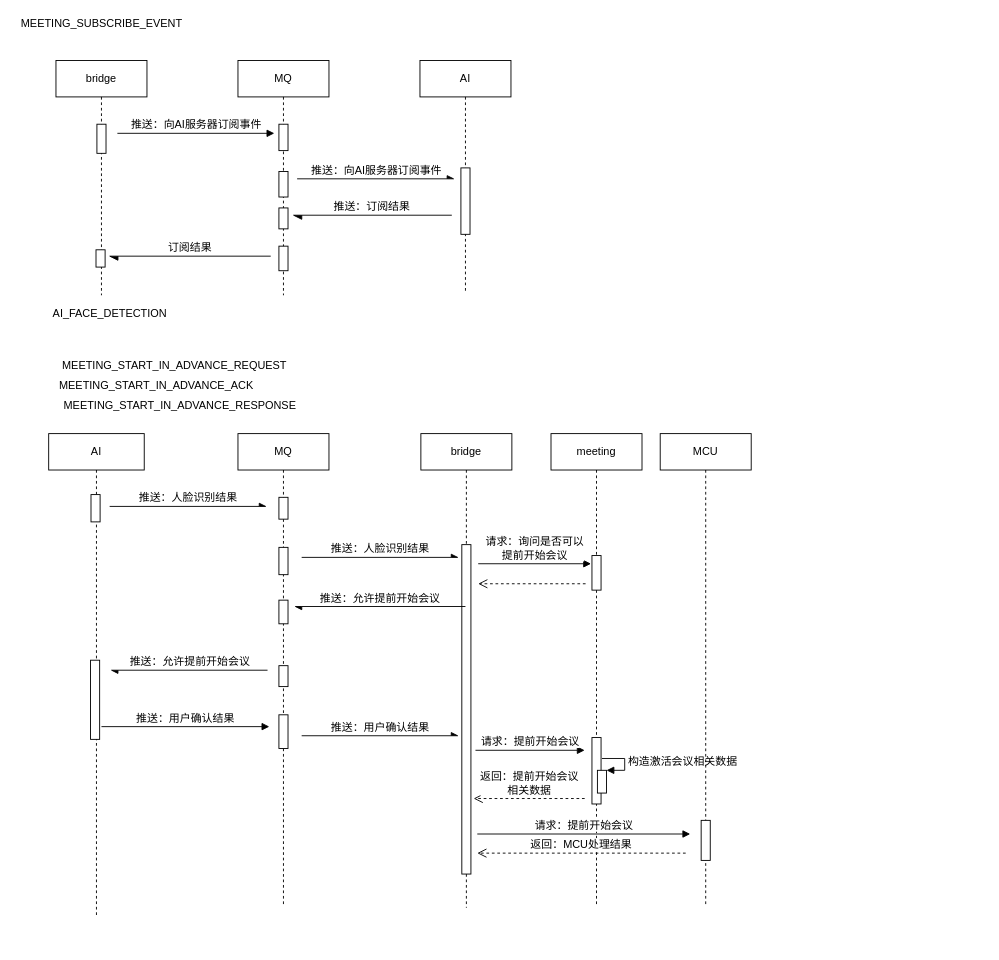
Before: page "提前开始会议" (1 of 3) of AI-meeting/AI-meeting.drawio in waterwatermelon/graph, a draw.io diagram. Source tidied: cells renumbered, new cells numbered last; positions are measured from the earlier drawing's top-left corner, leaving out a move shared by most shapes. Both pictures are drawn from the tidied source at 91%, with x=0, y=0 at pixel (15, 15).
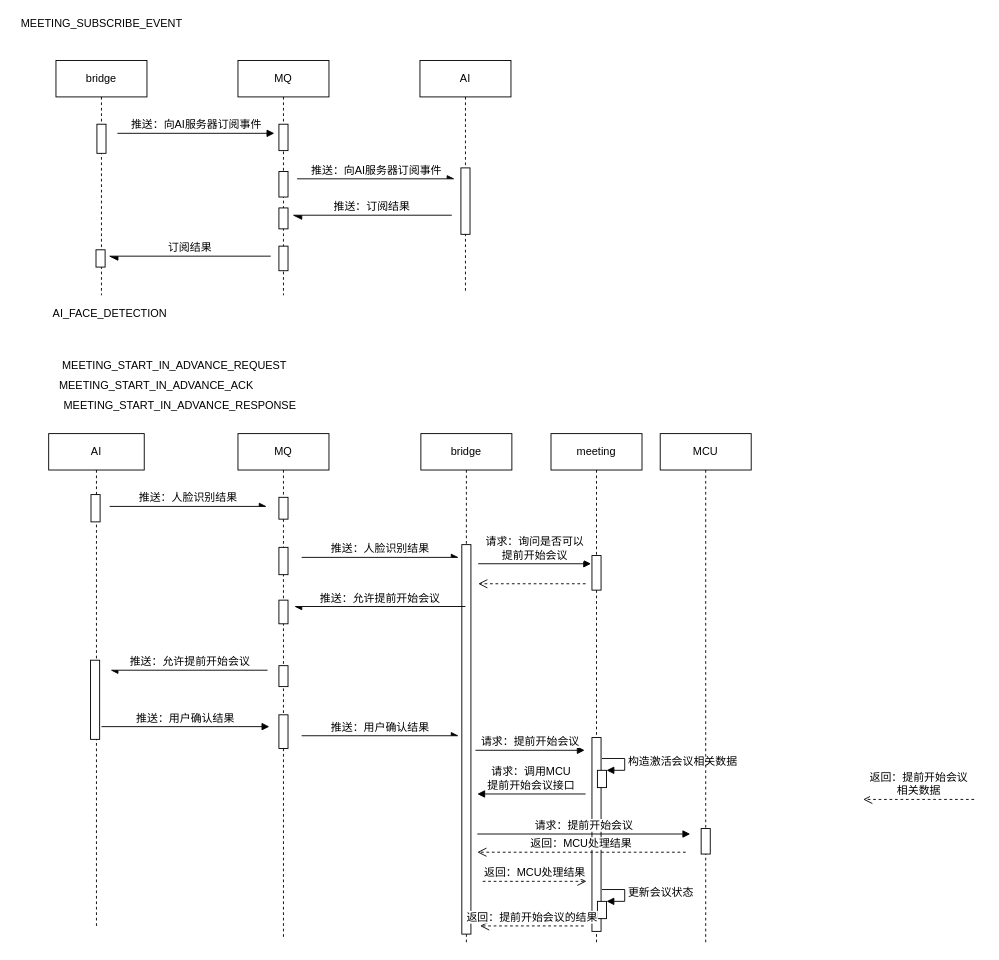
Above is the later version.

Diff of the diagram source:
```diff
@@
     <mxCell id="16" value="AI" style="shape=umlLifeline;perimeter=lifelinePerimeter;whiteSpace=wrap;html=1;fontSize=12;" parent="1" vertex="1">
-      <mxGeometry x="36" y="459" width="105" height="529" as="geometry" />
+      <mxGeometry x="36" y="459" width="105" height="543" as="geometry" />
     </mxCell>
@@
     <mxCell id="19" value="bridge" style="shape=umlLifeline;perimeter=lifelinePerimeter;whiteSpace=wrap;html=1;fontSize=12;" parent="1" vertex="1">
-      <mxGeometry x="445" y="459" width="100" height="521" as="geometry" />
+      <mxGeometry x="445" y="459" width="100" height="559" as="geometry" />
     </mxCell>
     <mxCell id="20" style="html=1;perimeter=orthogonalPerimeter;fontSize=12;" parent="19" vertex="1">
-      <mxGeometry x="45" y="122" width="10" height="362" as="geometry" />
+      <mxGeometry x="45" y="122" width="10" height="428" as="geometry" />
     </mxCell>
     <mxCell id="21" value="MQ" style="shape=umlLifeline;perimeter=lifelinePerimeter;whiteSpace=wrap;html=1;fontSize=12;" parent="1" vertex="1">
-      <mxGeometry x="244" y="459" width="100" height="518" as="geometry" />
+      <mxGeometry x="244" y="459" width="100" height="556" as="geometry" />
     </mxCell>
@@
     <mxCell id="27" value="meeting" style="shape=umlLifeline;perimeter=lifelinePerimeter;whiteSpace=wrap;html=1;fontSize=12;" parent="1" vertex="1">
-      <mxGeometry x="588" y="459" width="100" height="519" as="geometry" />
+      <mxGeometry x="588" y="459" width="100" height="560" as="geometry" />
     </mxCell>
@@
     <mxCell id="29" style="html=1;perimeter=orthogonalPerimeter;fontSize=12;" parent="27" vertex="1">
-      <mxGeometry x="45" y="334" width="10" height="73" as="geometry" />
+      <mxGeometry x="45" y="334" width="10" height="213" as="geometry" />
     </mxCell>
     <mxCell id="30" style="html=1;points=[];perimeter=orthogonalPerimeter;" parent="27" vertex="1">
-      <mxGeometry x="51" y="370" width="10" height="25" as="geometry" />
+      <mxGeometry x="51" y="370" width="10" height="19" as="geometry" />
     </mxCell>
@@
+    <mxCell id="51" style="html=1;points=[];perimeter=orthogonalPerimeter;" parent="27" vertex="1">
+      <mxGeometry x="51" y="514" width="10" height="19" as="geometry" />
+    </mxCell>
+    <mxCell id="52" value="更新会议状态" style="edgeStyle=orthogonalEdgeStyle;html=1;align=left;spacingLeft=2;endArrow=block;rounded=0;entryX=1;entryY=0;fontSize=12;" parent="27" edge="1" target="51">
+      <mxGeometry relative="1" as="geometry">
+        <mxPoint x="56" y="501" as="sourcePoint" />
+        <Array as="points">
+          <mxPoint x="81" y="501" />
+          <mxPoint x="81" y="514" />
+        </Array>
+      </mxGeometry>
+    </mxCell>
@@
     <mxCell id="39" value="MCU" style="shape=umlLifeline;perimeter=lifelinePerimeter;whiteSpace=wrap;html=1;fontSize=12;" parent="1" vertex="1">
-      <mxGeometry x="708" y="459" width="100" height="517" as="geometry" />
+      <mxGeometry x="708" y="459" width="100" height="561" as="geometry" />
     </mxCell>
     <mxCell id="40" style="html=1;perimeter=orthogonalPerimeter;fontSize=12;" parent="39" vertex="1">
-      <mxGeometry x="45" y="425" width="10" height="44" as="geometry" />
+      <mxGeometry x="45" y="434" width="10" height="28" as="geometry" />
     </mxCell>
     <mxCell id="41" value="返回：提前开始会议&lt;br&gt;相关数据" style="html=1;verticalAlign=bottom;endArrow=open;dashed=1;endSize=8;fontSize=12;" parent="1" edge="1">
       <mxGeometry relative="1" as="geometry">
-        <mxPoint x="625" y="860" as="sourcePoint" />
-        <mxPoint x="503" y="860" as="targetPoint" />
+        <mxPoint x="1053" y="861" as="sourcePoint" />
+        <mxPoint x="931" y="861" as="targetPoint" />
       </mxGeometry>
     </mxCell>
@@
     <mxCell id="50" value="返回：MCU处理结果" style="html=1;verticalAlign=bottom;endArrow=open;dashed=1;endSize=8;fontSize=12;" parent="1" edge="1">
       <mxGeometry relative="1" as="geometry">
-        <mxPoint x="736" y="920" as="sourcePoint" />
-        <mxPoint x="507" y="920" as="targetPoint" />
+        <mxPoint x="736" y="919" as="sourcePoint" />
+        <mxPoint x="507" y="919" as="targetPoint" />
       </mxGeometry>
     </mxCell>
+    <mxCell id="53" value="请求：调用MCU&lt;br&gt;提前开始会议接口" style="html=1;verticalAlign=bottom;endArrow=block;fontSize=12;" parent="1" edge="1">
+      <mxGeometry relative="1" as="geometry">
+        <mxPoint x="626" y="855" as="sourcePoint" />
+        <mxPoint x="507" y="855" as="targetPoint" />
+      </mxGeometry>
+    </mxCell>
+    <mxCell id="54" value="返回：MCU处理结果" style="html=1;verticalAlign=bottom;endArrow=open;dashed=1;endSize=8;fontSize=12;" parent="1" edge="1">
+      <mxGeometry relative="1" as="geometry">
+        <mxPoint x="513" y="951" as="sourcePoint" />
+        <mxPoint x="627" y="951" as="targetPoint" />
+      </mxGeometry>
+    </mxCell>
+    <mxCell id="55" value="返回：提前开始会议的结果" style="html=1;verticalAlign=bottom;endArrow=open;dashed=1;endSize=8;fontSize=12;" parent="1" edge="1">
+      <mxGeometry relative="1" as="geometry">
+        <mxPoint x="624" y="1000" as="sourcePoint" />
+        <mxPoint x="510" y="1000" as="targetPoint" />
+      </mxGeometry>
+    </mxCell>
```
